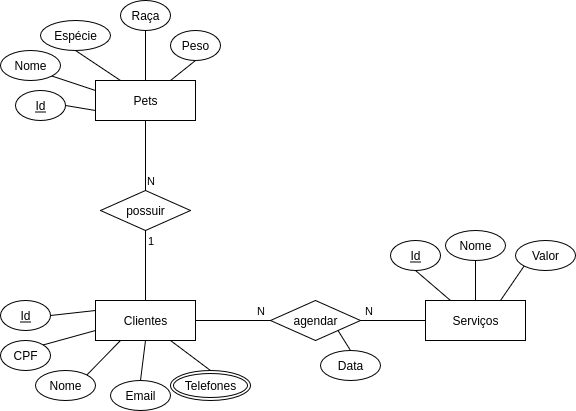
Before: docs/der.png, a diagram exported from draw.io (alvexx45/tp-aeds3). Source tidied: cells renumbered, new cells last; positions are measured from the earlier drawing's top-left corner, leaving out a move shared by most shapes.
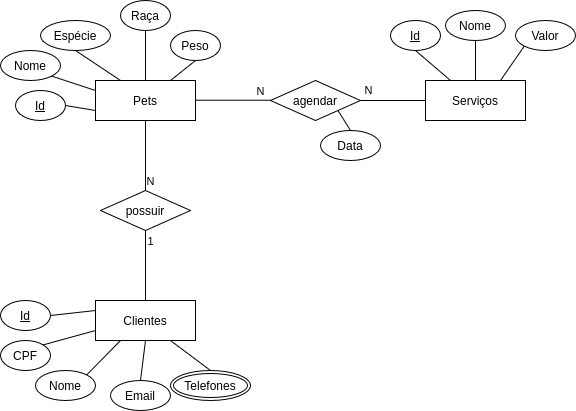
Above is the later version.

Change to the diagram source:
```diff
@@ -3,7 +3,7 @@
     <mxCell id="0" />
     <mxCell id="1" parent="0" />
     <mxCell id="2" value="agendar" style="shape=rhombus;perimeter=rhombusPerimeter;whiteSpace=wrap;html=1;align=center;" parent="1" vertex="1">
-      <mxGeometry x="270" y="300" width="90" height="40" as="geometry" />
+      <mxGeometry x="270" y="80" width="90" height="40" as="geometry" />
     </mxCell>
     <mxCell id="3" value="Pets" style="whiteSpace=wrap;html=1;align=center;" parent="1" vertex="1">
       <mxGeometry x="95" y="80" width="100" height="40" as="geometry" />
@@ -12,10 +12,13 @@
       <mxGeometry x="95" y="300" width="100" height="40" as="geometry" />
     </mxCell>
     <mxCell id="5" value="Serviços" style="whiteSpace=wrap;html=1;align=center;" parent="1" vertex="1">
-      <mxGeometry x="425" y="300" width="100" height="40" as="geometry" />
+      <mxGeometry x="425" y="80" width="100" height="40" as="geometry" />
     </mxCell>
-    <mxCell id="6" value="N" style="endArrow=none;html=1;rounded=0;exitX=1;exitY=0.5;exitDx=0;exitDy=0;entryX=0;entryY=0.5;entryDx=0;entryDy=0;verticalAlign=bottom;" parent="1" edge="1" source="4" target="2">
-      <mxGeometry x="0.73" relative="1" as="geometry" />
+    <mxCell id="6" value="N" style="endArrow=none;html=1;rounded=0;exitX=1;exitY=0.5;exitDx=0;exitDy=0;entryX=0;entryY=0.5;entryDx=0;entryDy=0;verticalAlign=bottom;" parent="1" edge="1">
+      <mxGeometry x="0.73" relative="1" as="geometry">
+        <mxPoint x="195" y="99.7" as="sourcePoint" />
+        <mxPoint x="270" y="99.7" as="targetPoint" />
+      </mxGeometry>
     </mxCell>
     <mxCell id="7" value="N" style="endArrow=none;html=1;rounded=0;exitX=1;exitY=0.5;exitDx=0;exitDy=0;entryX=0;entryY=0.5;entryDx=0;entryDy=0;" parent="1" edge="1" source="2" target="5">
       <mxGeometry x="-0.75" y="10" relative="1" as="geometry" />
@@ -30,19 +33,19 @@
       <mxGeometry x="1" y="5" relative="1" as="geometry" />
     </mxCell>
     <mxCell id="11" value="Id" style="ellipse;whiteSpace=wrap;html=1;align=center;fontStyle=4;" parent="1" vertex="1">
-      <mxGeometry x="390" y="240" width="50" height="30" as="geometry" />
+      <mxGeometry x="390" y="20" width="50" height="30" as="geometry" />
     </mxCell>
     <mxCell id="12" style="endArrow=none;html=1;rounded=0;exitX=0.5;exitY=1;exitDx=0;exitDy=0;entryX=0.25;entryY=0;entryDx=0;entryDy=0;" parent="1" edge="1" source="11" target="5">
       <mxGeometry relative="1" as="geometry" />
     </mxCell>
     <mxCell id="13" value="Nome" style="ellipse;whiteSpace=wrap;html=1;align=center;" parent="1" vertex="1">
-      <mxGeometry x="445" y="230" width="60" height="30" as="geometry" />
+      <mxGeometry x="445" y="10" width="60" height="30" as="geometry" />
     </mxCell>
     <mxCell id="14" style="endArrow=none;html=1;rounded=0;exitX=0.5;exitY=0;exitDx=0;exitDy=0;entryX=0.5;entryY=1;entryDx=0;entryDy=0;" parent="1" edge="1" source="5" target="13">
       <mxGeometry relative="1" as="geometry" />
     </mxCell>
     <mxCell id="15" value="Valor" style="ellipse;whiteSpace=wrap;html=1;align=center;" parent="1" vertex="1">
-      <mxGeometry x="515" y="240" width="60" height="30" as="geometry" />
+      <mxGeometry x="515" y="20" width="60" height="30" as="geometry" />
     </mxCell>
     <mxCell id="16" style="endArrow=none;html=1;rounded=0;exitX=0.75;exitY=0;exitDx=0;exitDy=0;entryX=0;entryY=1;entryDx=0;entryDy=0;" parent="1" edge="1" source="5" target="15">
       <mxGeometry relative="1" as="geometry" />
@@ -102,7 +105,7 @@
       <mxGeometry relative="1" as="geometry" />
     </mxCell>
     <mxCell id="35" value="Data" style="ellipse;whiteSpace=wrap;html=1;align=center;" parent="1" vertex="1">
-      <mxGeometry x="320" y="350" width="60" height="30" as="geometry" />
+      <mxGeometry x="320" y="130" width="60" height="30" as="geometry" />
     </mxCell>
     <mxCell id="36" style="endArrow=none;html=1;rounded=0;exitX=1;exitY=1;exitDx=0;exitDy=0;entryX=0.5;entryY=0;entryDx=0;entryDy=0;" parent="1" edge="1" source="2" target="35">
       <mxGeometry relative="1" as="geometry" />
```
